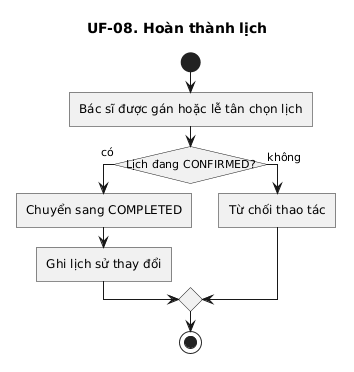
Earlier version of the PlantUML export doc/user-flow/08-hoan-thanh.png (KhaVan-oi/ViClinic). Its diagram source:
```plantuml
@startuml
title UF-08. Hoàn thành lịch

skinparam linetype ortho
skinparam shadowing false
skinparam roundcorner 0
skinparam conditionStyle InsideDiamond
skinparam conditionEndStyle diamond

start
:Bác sĩ được gán hoặc lễ tân chọn lịch;
if (Lịch đang CONFIRMED?) then (có)
  :Chuyển sang COMPLETED;
  :Ghi lịch sử thay đổi;
else (không)
  :Từ chối thao tác;
endif
stop
@enduml
```
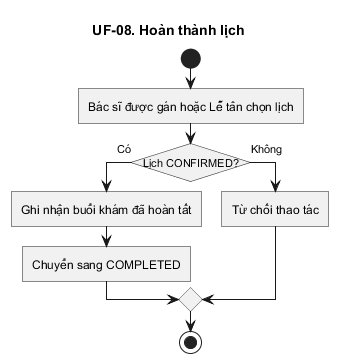
After the commit.

The edit, as a diff of the source:
```diff
@@ -1,18 +1,16 @@
 @startuml
 title UF-08. Hoàn thành lịch
-
 skinparam linetype ortho
 skinparam shadowing false
 skinparam roundcorner 0
 skinparam conditionStyle InsideDiamond
 skinparam conditionEndStyle diamond
-
 start
-:Bác sĩ được gán hoặc lễ tân chọn lịch;
-if (Lịch đang CONFIRMED?) then (có)
+:Bác sĩ được gán hoặc Lễ tân chọn lịch;
+if (Lịch CONFIRMED?) then (Có)
+  :Ghi nhận buổi khám đã hoàn tất;
   :Chuyển sang COMPLETED;
-  :Ghi lịch sử thay đổi;
-else (không)
+else (Không)
   :Từ chối thao tác;
 endif
 stop
```
